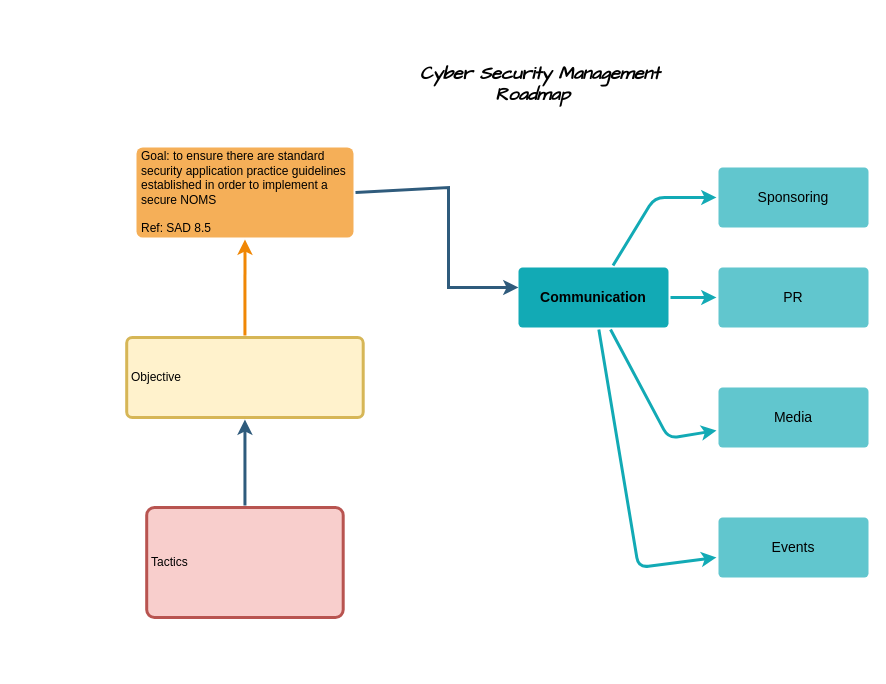
This is Untitled Diagram.drawio from manisharj/datafiles, a draw.io file, before an edit. Source tidied: cells renumbered, new cells numbered last; positions are measured from the earlier drawing's top-left corner, leaving out a move shared by most shapes. Both pictures are drawn from the tidied source at 100%, with x=0, y=0 at pixel (126, 17).
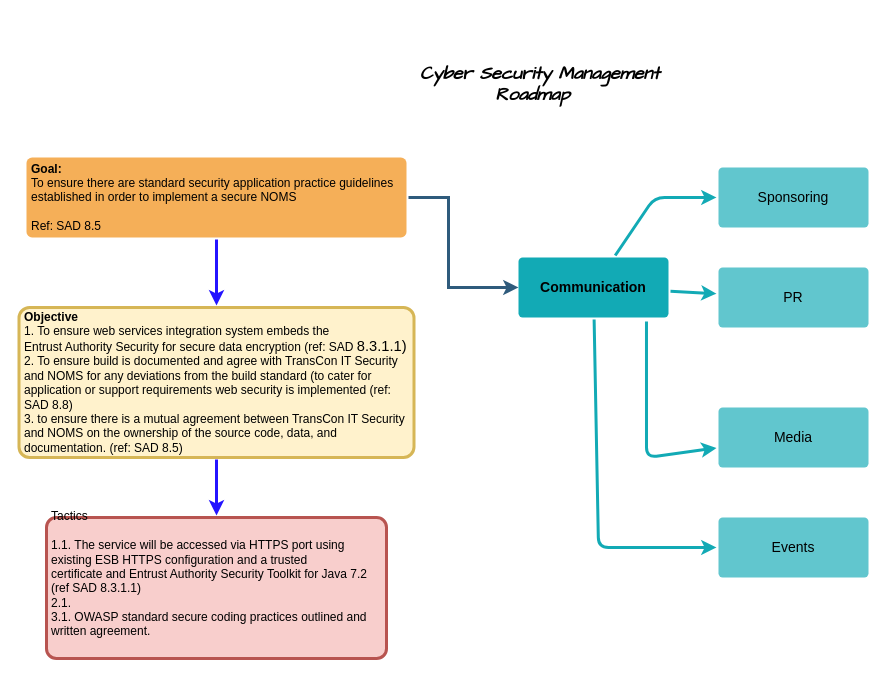
The same diagram, later.

The change refers to these unchanged cells:
```xml
<mxCell id="9" value="Events" style="rounded=1;whiteSpace=wrap;html=1;shadow=0;labelBackgroundColor=none;strokeColor=none;strokeWidth=3;fillColor=#61c6ce;fontFamily=Helvetica;fontSize=14;align=center;spacing=5;fontStyle=0;arcSize=7;perimeterSpacing=2;" parent="1" vertex="1">
  <mxGeometry x="592" y="500" width="150" height="60" as="geometry" />
</mxCell>
```

Change to the diagram source:
```diff
@@
-    <mxCell id="2" style="edgeStyle=none;rounded=0;jumpStyle=none;html=1;shadow=0;labelBackgroundColor=none;startArrow=none;startFill=0;endArrow=classic;endFill=1;jettySize=auto;strokeColor=#2F5B7C;strokeWidth=3;fontFamily=Helvetica;fontSize=16;fontColor=#23445D;spacing=5;" parent="1" edge="1" source="4" target="5">
-      <mxGeometry relative="1" as="geometry" />
-    </mxCell>
     <mxCell id="3" style="edgeStyle=none;rounded=0;jumpStyle=none;html=1;shadow=0;labelBackgroundColor=none;startArrow=none;startFill=0;endArrow=classic;endFill=1;jettySize=auto;strokeColor=#2F5B7C;strokeWidth=3;fontFamily=Helvetica;fontSize=16;fontColor=#23445D;spacing=5;exitX=1;exitY=0.5;exitDx=0;exitDy=0;" parent="1" edge="1" source="6">
       <mxGeometry relative="1" as="geometry">
         <mxPoint x="392" y="270" as="targetPoint" />
         <Array as="points">
-          <mxPoint x="322" y="170" />
+          <mxPoint x="322" y="180" />
           <mxPoint x="322" y="270" />
         </Array>
       </mxGeometry>
     </mxCell>
-    <mxCell id="4" value="Tactics" style="rounded=1;whiteSpace=wrap;html=1;shadow=0;labelBackgroundColor=none;strokeColor=#b85450;strokeWidth=3;fillColor=#f8cecc;fontFamily=Helvetica;fontSize=12;align=left;fontStyle=0;spacing=5;arcSize=7;perimeterSpacing=2;" parent="1" vertex="1">
-      <mxGeometry x="20.2" y="490" width="196.5" height="110" as="geometry" />
+    <mxCell id="4" value="Tactics&lt;br&gt;&lt;br&gt;1.1.&amp;nbsp;&lt;span&gt;The service will be accessed via HTTPS port using existing ESB HTTPS configuration and a trusted&lt;/span&gt;&lt;div&gt;certificate and&amp;nbsp;Entrust Authority Security Toolkit for Java 7.2 (ref SAD 8.3.1.1)&lt;/div&gt;2.1.&amp;nbsp;&lt;br&gt;3.1.&amp;nbsp;OWASP standard secure coding practices outlined and written agreement.&amp;nbsp;&lt;br&gt;&lt;br&gt;&lt;br&gt;" style="rounded=1;whiteSpace=wrap;html=1;shadow=0;labelBackgroundColor=none;strokeColor=#b85450;strokeWidth=3;fillColor=#f8cecc;fontFamily=Helvetica;fontSize=12;align=left;fontStyle=0;spacing=5;arcSize=7;perimeterSpacing=2;" parent="1" vertex="1">
+      <mxGeometry x="-80" y="500" width="340" height="141" as="geometry" />
     </mxCell>
+    <mxCell id="18" style="edgeStyle=orthogonalEdgeStyle;rounded=0;jettySize=auto;html=1;strokeColor=#2414FF;strokeWidth=3;fontFamily=Comic Sans MS;fontSize=12;fontColor=#000000;" parent="1" edge="1" source="5" target="4">
+      <mxGeometry relative="1" as="geometry" />
+    </mxCell>
-    <mxCell id="5" value="Objective" style="rounded=1;whiteSpace=wrap;html=1;shadow=0;labelBackgroundColor=none;strokeColor=#d6b656;strokeWidth=3;fillColor=#fff2cc;fontFamily=Helvetica;fontSize=12;align=left;spacing=5;fontStyle=0;arcSize=7;perimeterSpacing=2;" parent="1" vertex="1">
-      <mxGeometry x="0.2" y="320" width="236.5" height="80" as="geometry" />
+    <mxCell id="5" value="&lt;b&gt;&lt;br&gt;Objective&lt;br&gt;&lt;/b&gt;1. To ensure  web services integration system embeds the&lt;br&gt;Entrust Authority Security for secure data encryption (ref: SAD&amp;nbsp;&lt;span style=&quot;font-size: 11.0pt ; line-height: 107% ; font-family: &amp;#34;calibri&amp;#34; , sans-serif&quot;&gt;8.3.1.1)&lt;/span&gt;&lt;br&gt;2. To ensure build is documented and agree with TransCon&amp;nbsp;IT Security and NOMS for any deviations from the build standard (to cater for&lt;br&gt;application or support requirements web security is implemented (ref: SAD 8.8)&lt;br&gt;3. to ensure there is a mutual agreement between TransCon IT Security and NOMS on the ownership of the source code, data, and documentation. (ref: SAD 8.5)&lt;br&gt;&amp;nbsp;&amp;nbsp;" style="rounded=1;whiteSpace=wrap;html=1;shadow=0;labelBackgroundColor=none;strokeColor=#d6b656;strokeWidth=3;fillColor=#fff2cc;fontFamily=Helvetica;fontSize=12;align=left;spacing=5;fontStyle=0;arcSize=7;perimeterSpacing=2;" parent="1" vertex="1">
+      <mxGeometry x="-107.5" y="290" width="395" height="150" as="geometry" />
     </mxCell>
+    <mxCell id="19" style="edgeStyle=orthogonalEdgeStyle;rounded=0;jettySize=auto;html=1;exitX=0.5;exitY=1;exitDx=0;exitDy=0;entryX=0.5;entryY=0;entryDx=0;entryDy=0;fontFamily=Comic Sans MS;fontSize=12;fontColor=#000000;strokeColor=#2414FF;strokeWidth=3;" parent="1" edge="1" source="6" target="5">
+      <mxGeometry relative="1" as="geometry" />
+    </mxCell>
-    <mxCell id="6" value="Goal: to ensure there are standard security application practice guidelines established in order to implement a secure NOMS&lt;br style=&quot;font-size: 12px;&quot;&gt;&lt;br style=&quot;font-size: 12px;&quot;&gt;Ref: SAD 8.5" style="rounded=1;whiteSpace=wrap;html=1;shadow=0;labelBackgroundColor=none;strokeColor=none;strokeWidth=3;fillColor=#f5af58;fontFamily=Helvetica;fontSize=12;align=left;spacing=5;arcSize=7;perimeterSpacing=2;" parent="1" vertex="1">
-      <mxGeometry x="10" y="130" width="217" height="90" as="geometry" />
+    <mxCell id="6" value="&lt;b&gt;Goal:&lt;/b&gt; &lt;br&gt;To ensure there are standard security application practice guidelines established in order to implement a secure NOMS&lt;br style=&quot;font-size: 12px&quot;&gt;&lt;br style=&quot;font-size: 12px&quot;&gt;Ref: SAD 8.5" style="rounded=1;whiteSpace=wrap;html=1;shadow=0;labelBackgroundColor=none;strokeColor=none;strokeWidth=3;fillColor=#f5af58;fontFamily=Helvetica;fontSize=12;align=left;spacing=5;arcSize=7;perimeterSpacing=2;" parent="1" vertex="1">
+      <mxGeometry x="-100" y="140" width="380" height="80" as="geometry" />
     </mxCell>
-    <mxCell id="7" style="edgeStyle=none;rounded=0;jumpStyle=none;html=1;shadow=0;labelBackgroundColor=none;startArrow=none;startFill=0;endArrow=classic;endFill=1;jettySize=auto;strokeColor=#F08705;strokeWidth=3;fontFamily=Helvetica;fontSize=14;fontColor=#FFFFFF;spacing=5;" parent="1" edge="1" source="5" target="6">
-      <mxGeometry relative="1" as="geometry" />
-    </mxCell>
     <mxCell id="8" value="Communication" style="rounded=1;whiteSpace=wrap;html=1;shadow=0;labelBackgroundColor=none;strokeColor=none;strokeWidth=3;fillColor=#12aab5;fontFamily=Helvetica;fontSize=14;align=center;spacing=5;fontStyle=1;arcSize=7;perimeterSpacing=2;" parent="1" vertex="1">
-      <mxGeometry x="392" y="250" width="150" height="60" as="geometry" />
+      <mxGeometry x="392" y="240" width="150" height="60" as="geometry" />
     </mxCell>
@@
-    <mxCell id="10" style="edgeStyle=none;rounded=1;jumpStyle=none;html=1;shadow=0;labelBackgroundColor=none;startArrow=none;startFill=0;jettySize=auto;strokeColor=#12AAB5;strokeWidth=3;fontFamily=Helvetica;fontSize=14;fontColor=#FFFFFF;spacing=5;fontStyle=1;fillColor=#b0e3e6;" parent="1" edge="1" source="8" target="9">
+    <mxCell id="10" style="edgeStyle=none;rounded=1;jumpStyle=none;html=1;shadow=0;labelBackgroundColor=none;startArrow=none;startFill=0;jettySize=auto;strokeColor=#12AAB5;strokeWidth=3;fontFamily=Helvetica;fontSize=14;fontColor=#FFFFFF;spacing=5;fontStyle=1;fillColor=#b0e3e6;" parent="1" edge="1" source="8">
       <mxGeometry relative="1" as="geometry">
+        <mxPoint x="590" y="530" as="targetPoint" />
         <Array as="points">
-          <mxPoint x="512" y="550" />
+          <mxPoint x="472" y="530" />
         </Array>
       </mxGeometry>
     </mxCell>
     <mxCell id="11" value="Media" style="rounded=1;whiteSpace=wrap;html=1;shadow=0;labelBackgroundColor=none;strokeColor=none;strokeWidth=3;fillColor=#61c6ce;fontFamily=Helvetica;fontSize=14;align=center;spacing=5;fontStyle=0;arcSize=7;perimeterSpacing=2;" parent="1" vertex="1">
-      <mxGeometry x="592" y="370" width="150" height="60" as="geometry" />
+      <mxGeometry x="592" y="390" width="150" height="60" as="geometry" />
     </mxCell>
-    <mxCell id="12" style="edgeStyle=none;rounded=1;jumpStyle=none;html=1;shadow=0;labelBackgroundColor=none;startArrow=none;startFill=0;jettySize=auto;strokeColor=#12AAB5;strokeWidth=3;fontFamily=Helvetica;fontSize=14;fontColor=#FFFFFF;spacing=5;fontStyle=1;fillColor=#b0e3e6;" parent="1" edge="1" source="8" target="11">
+    <mxCell id="12" style="edgeStyle=none;rounded=1;jumpStyle=none;html=1;shadow=0;labelBackgroundColor=none;startArrow=none;startFill=0;jettySize=auto;strokeColor=#12AAB5;strokeWidth=3;fontFamily=Helvetica;fontSize=14;fontColor=#FFFFFF;spacing=5;fontStyle=1;fillColor=#b0e3e6;exitX=0.844;exitY=1.031;exitDx=0;exitDy=0;exitPerimeter=0;" parent="1" edge="1" source="8" target="11">
       <mxGeometry relative="1" as="geometry">
         <Array as="points">
-          <mxPoint x="542" y="421" />
+          <mxPoint x="520" y="440" />
         </Array>
       </mxGeometry>
     </mxCell>
```
